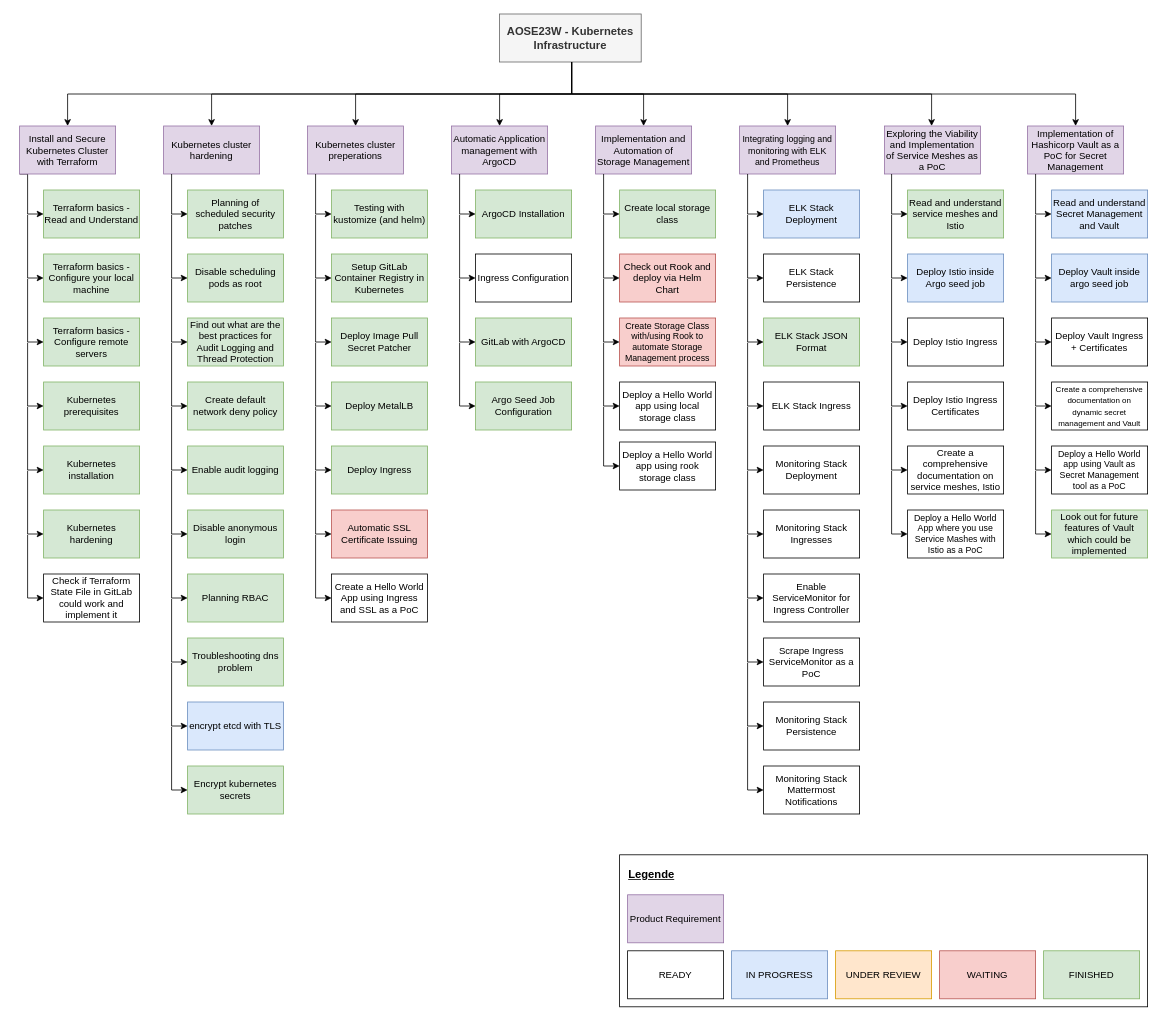
Before: uni-bsc/product-requirements-kubernetes-infrastructure.drawio in pogii123/drawio-charts, a draw.io diagram. Source tidied: cells renumbered, new cells numbered last; positions are measured from the earlier drawing's top-left corner, leaving out a move shared by most shapes. Both pictures are drawn from the tidied source at 80%, with x=0, y=0 at pixel (19, 14).
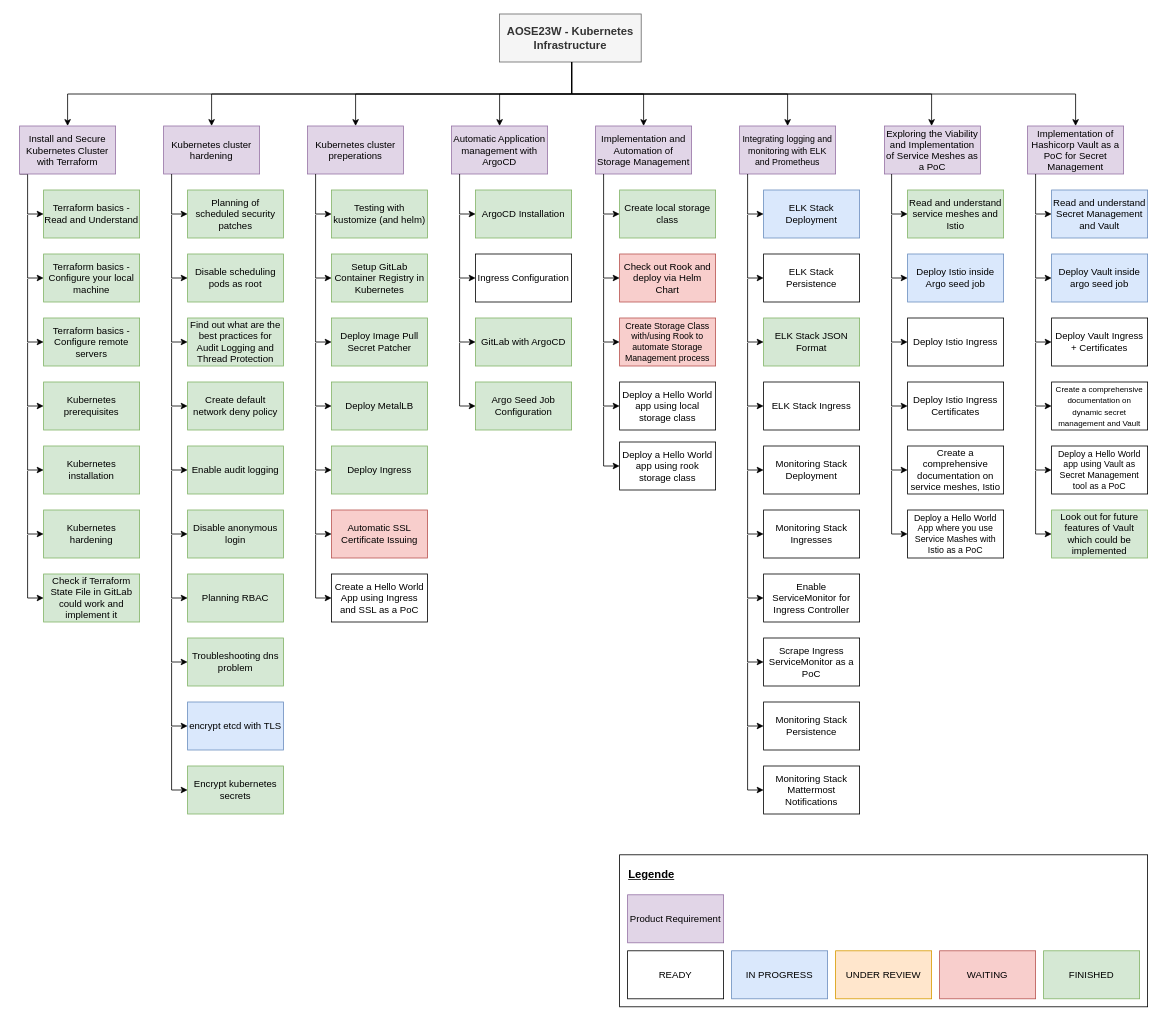
The same page after the edit.

What changed in the source:
```diff
@@
-    <mxCell id="135" value="Check if Terraform State File in GitLab could work and implement it" style="rounded=0;whiteSpace=wrap;html=1;" parent="1" vertex="1">
+    <mxCell id="135" value="Check if Terraform State File in GitLab could work and implement it" style="rounded=0;whiteSpace=wrap;html=1;fillColor=#d5e8d4;strokeColor=#82b366;" parent="1" vertex="1">
       <mxGeometry x="30" y="700" width="120" height="60" as="geometry" />
     </mxCell>
```
